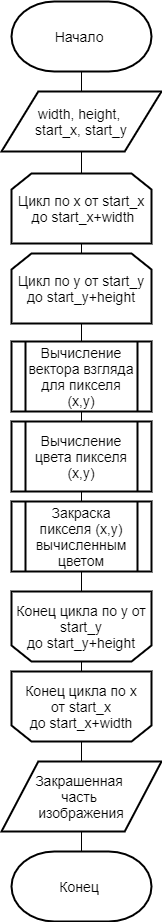
This is lab4/report/inc/img/trass_count.png from alena-zayts/BMSTU_5sem_analysis_of_algorithms, a draw.io export, as it was before one commit. Source tidied: cells renumbered, new cells last; positions are measured from the earlier drawing's top-left corner, leaving out a move shared by most shapes.
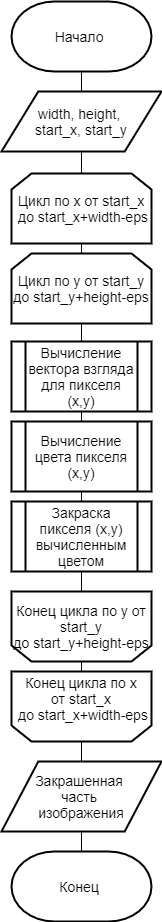
The same diagram one commit later.

The edit, as a diff of the source:
```diff
@@ -34,13 +34,13 @@
         <mxPoint x="80" y="590" as="targetPoint" />
       </mxGeometry>
     </mxCell>
-    <mxCell id="9" value="&lt;span style=&quot;font-size: 14px&quot;&gt;Цикл по x от&amp;nbsp;&lt;/span&gt;&lt;span style=&quot;font-size: 14px&quot;&gt;start_x&lt;/span&gt;&lt;span style=&quot;font-size: 14px&quot;&gt;&lt;br&gt;&amp;nbsp;до&amp;nbsp;&lt;/span&gt;&lt;span style=&quot;font-size: 14px&quot;&gt;start_x+&lt;/span&gt;&lt;span style=&quot;font-size: 14px&quot;&gt;width&lt;/span&gt;" style="shape=loopLimit;whiteSpace=wrap;html=1;strokeWidth=2;" parent="1" vertex="1">
+    <mxCell id="9" value="&lt;span style=&quot;font-size: 14px&quot;&gt;Цикл по x от&amp;nbsp;&lt;/span&gt;&lt;span style=&quot;font-size: 14px&quot;&gt;start_x&lt;/span&gt;&lt;span style=&quot;font-size: 14px&quot;&gt;&lt;br&gt;&amp;nbsp;до&amp;nbsp;&lt;/span&gt;&lt;span style=&quot;font-size: 14px&quot;&gt;start_x+&lt;/span&gt;&lt;span style=&quot;font-size: 14px&quot;&gt;width-eps&lt;/span&gt;" style="shape=loopLimit;whiteSpace=wrap;html=1;strokeWidth=2;" parent="1" vertex="1">
       <mxGeometry x="10" y="172" width="140" height="70" as="geometry" />
     </mxCell>
     <mxCell id="10" style="edgeStyle=orthogonalEdgeStyle;rounded=0;jettySize=auto;html=1;exitX=0.5;exitY=1;exitDx=0;exitDy=0;entryX=0.5;entryY=0;entryDx=0;entryDy=0;endArrow=none;endFill=0;" parent="1" edge="1" source="11" target="13">
       <mxGeometry relative="1" as="geometry" />
     </mxCell>
-    <mxCell id="11" value="&lt;span style=&quot;font-size: 14px&quot;&gt;Цикл по y от start_y до&amp;nbsp;&lt;/span&gt;&lt;span style=&quot;font-size: 14px&quot;&gt;start_y+&lt;/span&gt;&lt;span style=&quot;font-size: 14px&quot;&gt;height&lt;/span&gt;" style="shape=loopLimit;whiteSpace=wrap;html=1;strokeWidth=2;" parent="1" vertex="1">
+    <mxCell id="11" value="&lt;span style=&quot;font-size: 14px&quot;&gt;Цикл по y от start_y до&amp;nbsp;&lt;/span&gt;&lt;span style=&quot;font-size: 14px&quot;&gt;start_y+&lt;/span&gt;&lt;span style=&quot;font-size: 14px&quot;&gt;height&lt;/span&gt;&lt;span style=&quot;font-size: 14px&quot;&gt;-eps&lt;/span&gt;" style="shape=loopLimit;whiteSpace=wrap;html=1;strokeWidth=2;" parent="1" vertex="1">
       <mxGeometry x="10" y="252" width="140" height="70" as="geometry" />
     </mxCell>
     <mxCell id="12" style="edgeStyle=orthogonalEdgeStyle;rounded=0;jettySize=auto;html=1;exitX=0.5;exitY=1;exitDx=0;exitDy=0;entryX=0.5;entryY=0;entryDx=0;entryDy=0;endArrow=none;endFill=0;" parent="1" edge="1" source="13" target="14">
@@ -55,10 +55,10 @@
     <mxCell id="15" value="Вычисление вектора взгляда для пикселя (x,y)" style="shape=process;whiteSpace=wrap;html=1;backgroundOutline=1;strokeWidth=2;fontSize=14;" parent="1" vertex="1">
       <mxGeometry x="10" y="340" width="140" height="70" as="geometry" />
     </mxCell>
-    <mxCell id="16" value="&lt;span style=&quot;font-size: 14px&quot;&gt;Конец цикла&amp;nbsp;&lt;/span&gt;&lt;span style=&quot;font-size: 14px&quot;&gt;по y от start_y до&amp;nbsp;&lt;/span&gt;&lt;span style=&quot;font-size: 14px&quot;&gt;start_y+&lt;/span&gt;&lt;span style=&quot;font-size: 14px&quot;&gt;height&lt;/span&gt;" style="shape=loopLimit;whiteSpace=wrap;html=1;strokeWidth=2;direction=west;" parent="1" vertex="1">
+    <mxCell id="16" value="&lt;span style=&quot;font-size: 14px&quot;&gt;Конец цикла&amp;nbsp;&lt;/span&gt;&lt;span style=&quot;font-size: 14px&quot;&gt;по y от start_y до&amp;nbsp;&lt;/span&gt;&lt;span style=&quot;font-size: 14px&quot;&gt;start_y+&lt;/span&gt;&lt;span style=&quot;font-size: 14px&quot;&gt;height&lt;/span&gt;&lt;span style=&quot;font-size: 14px&quot;&gt;-eps&lt;/span&gt;" style="shape=loopLimit;whiteSpace=wrap;html=1;strokeWidth=2;direction=west;" parent="1" vertex="1">
       <mxGeometry x="10" y="590" width="140" height="70" as="geometry" />
     </mxCell>
-    <mxCell id="17" value="&lt;span style=&quot;font-size: 14px&quot;&gt;Конец цикла&amp;nbsp;&lt;/span&gt;&lt;span style=&quot;font-size: 14px&quot;&gt;по x от&amp;nbsp;&lt;/span&gt;&lt;span style=&quot;font-size: 14px&quot;&gt;start_x&lt;/span&gt;&lt;span style=&quot;font-size: 14px&quot;&gt;&lt;br&gt;&amp;nbsp;до&amp;nbsp;&lt;/span&gt;&lt;span style=&quot;font-size: 14px&quot;&gt;start_x+&lt;/span&gt;&lt;span style=&quot;font-size: 14px&quot;&gt;width&lt;/span&gt;&lt;span style=&quot;font-size: 14px&quot;&gt;&amp;nbsp;&lt;/span&gt;" style="shape=loopLimit;whiteSpace=wrap;html=1;strokeWidth=2;direction=west;" parent="1" vertex="1">
+    <mxCell id="17" value="&lt;span style=&quot;font-size: 14px&quot;&gt;Конец цикла&amp;nbsp;&lt;/span&gt;&lt;span style=&quot;font-size: 14px&quot;&gt;по x от&amp;nbsp;&lt;/span&gt;&lt;span style=&quot;font-size: 14px&quot;&gt;start_x&lt;/span&gt;&lt;span style=&quot;font-size: 14px&quot;&gt;&lt;br&gt;&amp;nbsp;до&amp;nbsp;&lt;/span&gt;&lt;span style=&quot;font-size: 14px&quot;&gt;start_x+&lt;/span&gt;&lt;span style=&quot;font-size: 14px&quot;&gt;width&lt;/span&gt;&lt;span style=&quot;font-size: 14px&quot;&gt;-eps&lt;/span&gt;&lt;span style=&quot;font-size: 14px&quot;&gt;&lt;br&gt;&lt;/span&gt;&lt;span style=&quot;font-size: 14px&quot;&gt;&amp;nbsp;&lt;/span&gt;" style="shape=loopLimit;whiteSpace=wrap;html=1;strokeWidth=2;direction=west;" parent="1" vertex="1">
       <mxGeometry x="10" y="670" width="140" height="70" as="geometry" />
     </mxCell>
     <mxCell id="18" value="&lt;font style=&quot;font-size: 14px&quot;&gt;width, height, &lt;br&gt;start_x, start_y&lt;/font&gt;" style="shape=parallelogram;html=1;strokeWidth=2;perimeter=parallelogramPerimeter;whiteSpace=wrap;rounded=0;arcSize=12;size=0.23;fontSize=13;" parent="1" vertex="1">
```
